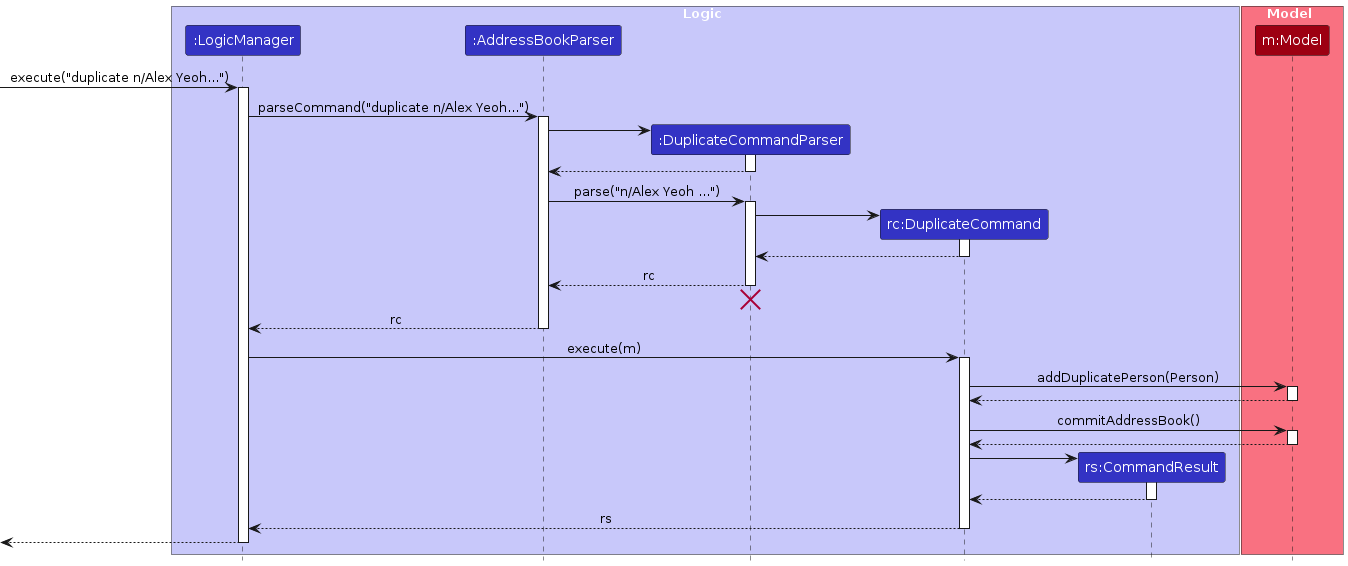
This is diagrams/DuplicateSequenceDiagram.png from smolegz/tp, a PlantUML export, as it was before one commit. Its source is kept beside it as diagrams/DuplicateSequenceDiagram.puml. Its diagram source:
```plantuml
@startuml
!include style.puml
skinparam ArrowFontStyle plain

box Logic LOGIC_COLOR_T1
participant ":LogicManager" as LogicManager LOGIC_COLOR
participant ":AddressBookParser" as AddressBookParser LOGIC_COLOR
participant ":DuplicateCommandParser" as DuplicateCommandParser LOGIC_COLOR
participant "rc:DuplicateCommand" as DuplicateCommand LOGIC_COLOR
participant "rs:CommandResult" as CommandResult LOGIC_COLOR
end box

box Model MODEL_COLOR_T1
participant "m:Model" as Model MODEL_COLOR
end box

[-> LogicManager : execute("duplicate n/Alex Yeoh...")
activate LogicManager

LogicManager -> AddressBookParser : parseCommand("duplicate n/Alex Yeoh...")
activate AddressBookParser

create DuplicateCommandParser
AddressBookParser -> DuplicateCommandParser
activate DuplicateCommandParser

DuplicateCommandParser --> AddressBookParser
deactivate DuplicateCommandParser

AddressBookParser -> DuplicateCommandParser : parse("n/Alex Yeoh ...")
activate DuplicateCommandParser

create DuplicateCommand
DuplicateCommandParser -> DuplicateCommand
activate DuplicateCommand

DuplicateCommand --> DuplicateCommandParser :
deactivate DuplicateCommand

DuplicateCommandParser --> AddressBookParser : rc
deactivate DuplicateCommandParser
DuplicateCommandParser -[hidden]-> AddressBookParser
destroy DuplicateCommandParser

AddressBookParser --> LogicManager : rc
deactivate AddressBookParser

LogicManager -> DuplicateCommand : execute(m)
activate DuplicateCommand

DuplicateCommand -> Model : addDuplicatePerson(Person)
activate Model

Model --> DuplicateCommand
deactivate Model

DuplicateCommand -> Model : commitAddressBook()
activate Model

Model --> DuplicateCommand
deactivate Model

create CommandResult
DuplicateCommand -> CommandResult
activate CommandResult

CommandResult --> DuplicateCommand
deactivate CommandResult

DuplicateCommand --> LogicManager : rs
deactivate DuplicateCommand

[<--LogicManager
deactivate LogicManager
@enduml
```
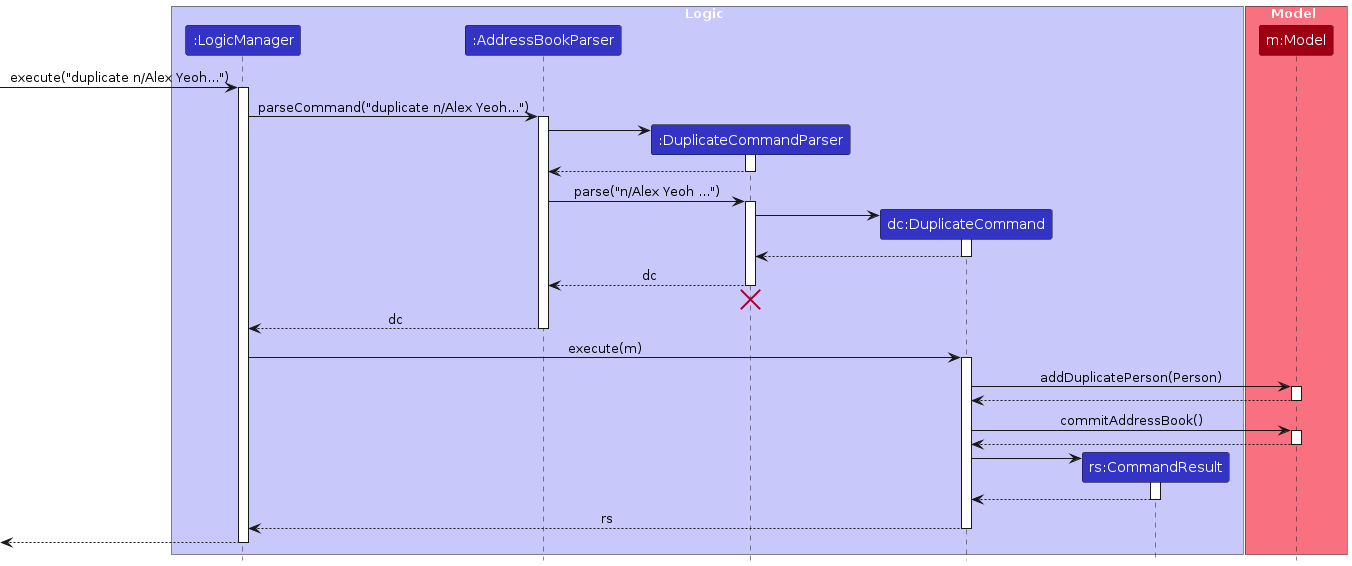
Above is the later version.

What changed in the source:
```diff
@@ -6,7 +6,7 @@
 participant ":LogicManager" as LogicManager LOGIC_COLOR
 participant ":AddressBookParser" as AddressBookParser LOGIC_COLOR
 participant ":DuplicateCommandParser" as DuplicateCommandParser LOGIC_COLOR
-participant "rc:DuplicateCommand" as DuplicateCommand LOGIC_COLOR
+participant "dc:DuplicateCommand" as DuplicateCommand LOGIC_COLOR
 participant "rs:CommandResult" as CommandResult LOGIC_COLOR
 end box
 
@@ -37,12 +37,12 @@
 DuplicateCommand --> DuplicateCommandParser :
 deactivate DuplicateCommand
 
-DuplicateCommandParser --> AddressBookParser : rc
+DuplicateCommandParser --> AddressBookParser : dc
 deactivate DuplicateCommandParser
 DuplicateCommandParser -[hidden]-> AddressBookParser
 destroy DuplicateCommandParser
 
-AddressBookParser --> LogicManager : rc
+AddressBookParser --> LogicManager : dc
 deactivate AddressBookParser
 
 LogicManager -> DuplicateCommand : execute(m)
```
